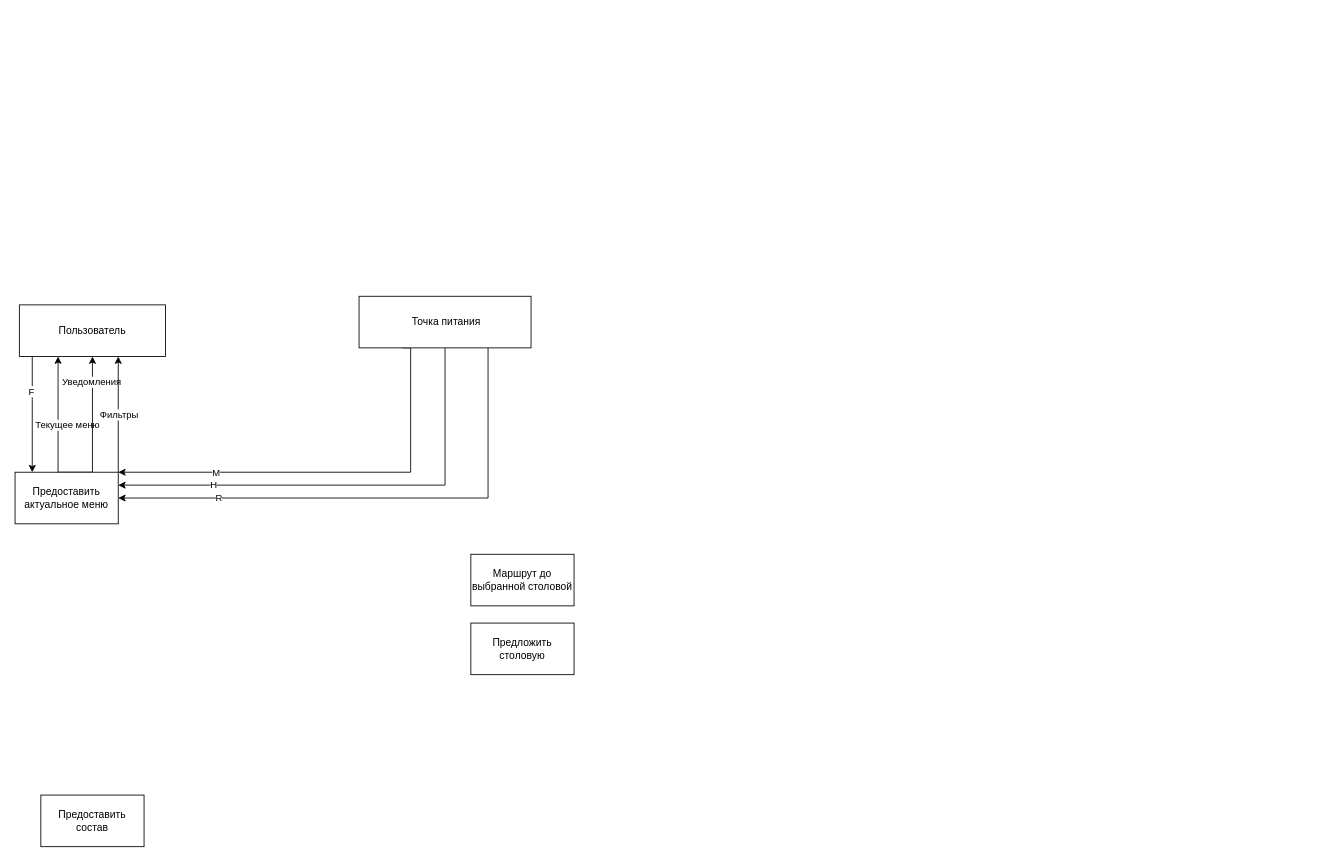
Earlier version of the draw.io diagram Diagramm/Диаграмма потоков данных.drawio (Calibri75/PIT). Source tidied: cells renumbered, new cells numbered last; positions are measured from the earlier drawing's top-left corner, leaving out a move shared by most shapes. Both pictures are drawn from the tidied source at 86%, with x=0, y=0 at pixel (15, 296).
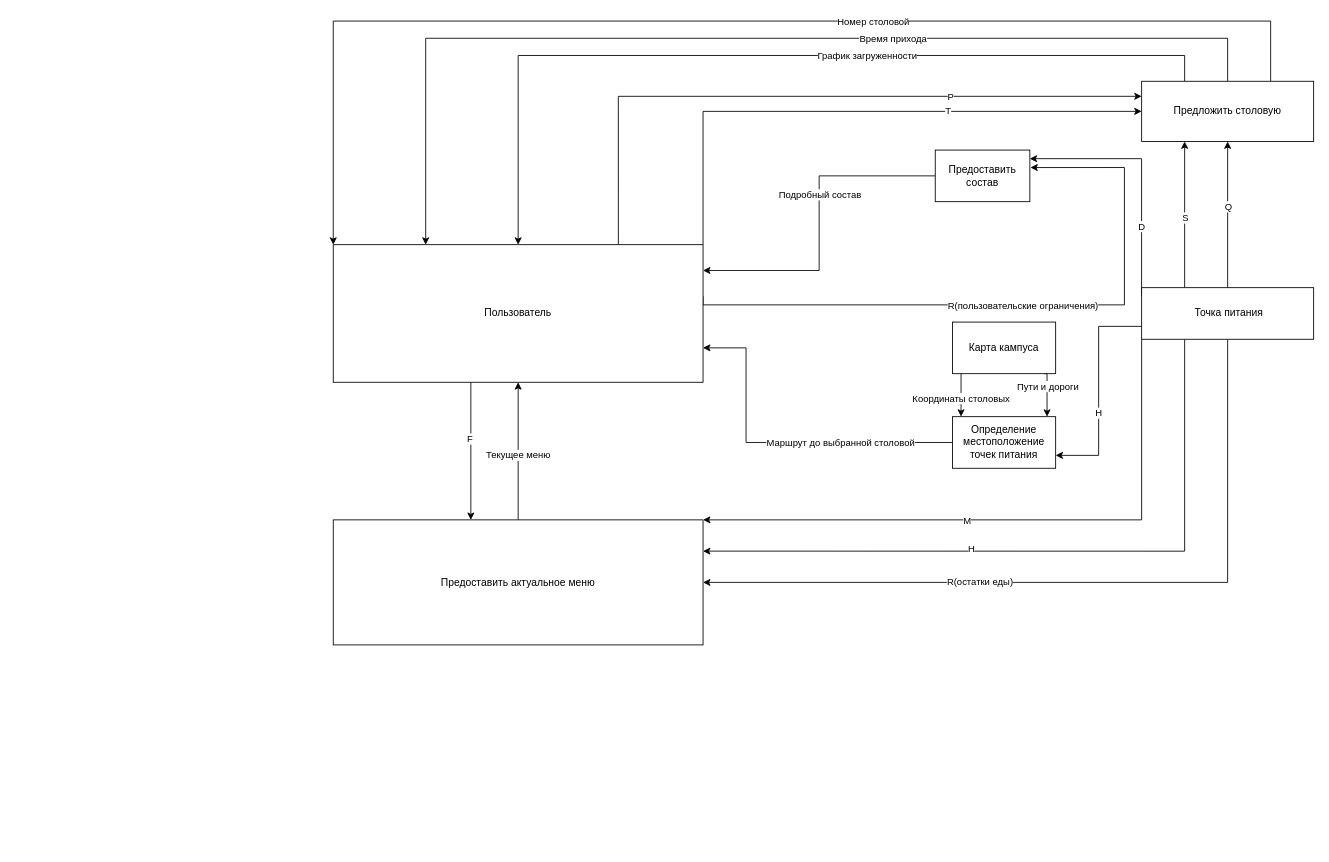
The same page after the edit.

The edit, as a diff of the source:
```diff
@@
-    <mxCell id="2" style="edgeStyle=orthogonalEdgeStyle;rounded=0;jettySize=auto;html=1;" parent="1" edge="1" source="4" target="10">
+    <mxCell id="2" style="edgeStyle=orthogonalEdgeStyle;rounded=0;orthogonalLoop=1;jettySize=auto;html=1;exitX=0.25;exitY=1;exitDx=0;exitDy=0;entryX=0.25;entryY=0;entryDx=0;entryDy=0;" parent="1" edge="1">
       <mxGeometry relative="1" as="geometry">
-        <Array as="points">
-          <mxPoint x="20" y="120" />
-          <mxPoint x="20" y="120" />
-        </Array>
+        <mxPoint x="530" y="100" as="sourcePoint" />
+        <mxPoint x="530" y="260" as="targetPoint" />
       </mxGeometry>
     </mxCell>
     <mxCell id="3" value="F" style="edgeLabel;html=1;align=center;verticalAlign=middle;" parent="2" vertex="1">
       <mxGeometry x="-0.16" y="-2" relative="1" as="geometry">
-        <mxPoint y="-17" as="offset" />
+        <mxPoint y="-2" as="offset" />
       </mxGeometry>
     </mxCell>
+    <mxCell id="22" style="edgeStyle=orthogonalEdgeStyle;rounded=0;jettySize=auto;html=1;exitX=0.771;exitY=-0.002;exitDx=0;exitDy=0;entryX=0;entryY=0.25;entryDx=0;entryDy=0;exitPerimeter=0;" parent="1" edge="1" source="4" target="5">
+      <mxGeometry relative="1" as="geometry" />
+    </mxCell>
+    <mxCell id="23" value="P" style="edgeLabel;html=1;align=center;verticalAlign=middle;" parent="22" vertex="1">
+      <mxGeometry x="0.43" relative="1" as="geometry" />
+    </mxCell>
+    <mxCell id="24" style="edgeStyle=orthogonalEdgeStyle;rounded=0;jettySize=auto;html=1;exitX=1;exitY=0;exitDx=0;exitDy=0;entryX=0;entryY=0.5;entryDx=0;entryDy=0;" parent="1" edge="1" source="4" target="5">
+      <mxGeometry relative="1" as="geometry" />
+    </mxCell>
+    <mxCell id="25" value="T" style="edgeLabel;html=1;align=center;verticalAlign=middle;" parent="24" vertex="1">
+      <mxGeometry x="0.32" y="1" relative="1" as="geometry" />
+    </mxCell>
+    <mxCell id="26" style="edgeStyle=orthogonalEdgeStyle;rounded=0;jettySize=auto;html=1;exitX=1;exitY=0.75;exitDx=0;exitDy=0;entryX=1.006;entryY=0.339;entryDx=0;entryDy=0;entryPerimeter=0;" parent="1" edge="1" target="11">
+      <mxGeometry relative="1" as="geometry">
+        <mxPoint x="800" as="sourcePoint" />
+        <Array as="points">
+          <mxPoint x="800" y="10" />
+          <mxPoint x="1290" y="10" />
+          <mxPoint x="1290" y="-150" />
+          <mxPoint x="1181" y="-150" />
+        </Array>
+      </mxGeometry>
+    </mxCell>
+    <mxCell id="27" value="R(пользовательские ограничения)" style="edgeLabel;html=1;align=center;verticalAlign=middle;" parent="26" vertex="1">
+      <mxGeometry x="-0.01" relative="1" as="geometry" />
+    </mxCell>
     <mxCell id="4" value="Пользователь" style="rounded=0;whiteSpace=wrap;html=1;" parent="1" vertex="1">
-      <mxGeometry x="5" y="10" width="170" height="60" as="geometry" />
+      <mxGeometry x="370" y="-60" width="430" height="160" as="geometry" />
     </mxCell>
+    <mxCell id="28" style="edgeStyle=orthogonalEdgeStyle;rounded=0;jettySize=auto;html=1;exitX=0.25;exitY=0;exitDx=0;exitDy=0;entryX=0.5;entryY=0;entryDx=0;entryDy=0;" parent="1" edge="1" source="5" target="4">
+      <mxGeometry relative="1" as="geometry">
+        <Array as="points">
+          <mxPoint x="1360" y="-280" />
+          <mxPoint x="585" y="-280" />
+        </Array>
+      </mxGeometry>
+    </mxCell>
+    <mxCell id="29" value="График загруженности" style="edgeLabel;html=1;align=center;verticalAlign=middle;" parent="28" vertex="1">
+      <mxGeometry x="-0.22" relative="1" as="geometry" />
+    </mxCell>
+    <mxCell id="30" style="edgeStyle=orthogonalEdgeStyle;rounded=0;jettySize=auto;html=1;exitX=0.5;exitY=0;exitDx=0;exitDy=0;entryX=0.25;entryY=0;entryDx=0;entryDy=0;" parent="1" edge="1" source="5" target="4">
+      <mxGeometry relative="1" as="geometry">
+        <Array as="points">
+          <mxPoint x="1410" y="-300" />
+          <mxPoint x="478" y="-300" />
+        </Array>
+      </mxGeometry>
+    </mxCell>
+    <mxCell id="31" value="Время прихода" style="edgeLabel;html=1;align=center;verticalAlign=middle;" parent="30" vertex="1">
+      <mxGeometry x="-0.28" relative="1" as="geometry" />
+    </mxCell>
+    <mxCell id="32" style="edgeStyle=orthogonalEdgeStyle;rounded=0;jettySize=auto;html=1;exitX=0.75;exitY=0;exitDx=0;exitDy=0;entryX=0;entryY=0;entryDx=0;entryDy=0;" parent="1" edge="1" source="5" target="4">
+      <mxGeometry relative="1" as="geometry">
+        <Array as="points">
+          <mxPoint x="1460" y="-320" />
+          <mxPoint x="370" y="-320" />
+        </Array>
+      </mxGeometry>
+    </mxCell>
+    <mxCell id="33" value="Номер столовой" style="edgeLabel;html=1;align=center;verticalAlign=middle;" parent="32" vertex="1">
+      <mxGeometry x="-0.15" y="-4" relative="1" as="geometry">
+        <mxPoint x="71" y="4" as="offset" />
+      </mxGeometry>
+    </mxCell>
     <mxCell id="5" value="Предложить столовую" style="rounded=0;whiteSpace=wrap;html=1;" parent="1" vertex="1">
-      <mxGeometry x="530" y="380" width="120" height="60" as="geometry" />
+      <mxGeometry x="1310" y="-250" width="200" height="70" as="geometry" />
     </mxCell>
-    <mxCell id="6" style="edgeStyle=orthogonalEdgeStyle;rounded=0;jettySize=auto;html=1;exitX=0.75;exitY=0;exitDx=0;exitDy=0;" parent="1" edge="1" source="10">
-      <mxGeometry relative="1" as="geometry">
-        <mxPoint x="50" y="70" as="targetPoint" />
-        <Array as="points">
-          <mxPoint x="50" y="205" />
-          <mxPoint x="50" y="70" />
-        </Array>
-      </mxGeometry>
-    </mxCell>
+    <mxCell id="8" style="edgeStyle=orthogonalEdgeStyle;rounded=0;jettySize=auto;html=1;exitX=0.5;exitY=0;exitDx=0;exitDy=0;entryX=0.5;entryY=1;entryDx=0;entryDy=0;" parent="1" edge="1" source="10" target="4">
+      <mxGeometry relative="1" as="geometry" />
+    </mxCell>
-    <mxCell id="7" value="Текущее меню" style="edgeLabel;html=1;align=center;verticalAlign=middle;" parent="6" vertex="1">
-      <mxGeometry x="-0.45" y="-1" relative="1" as="geometry">
-        <mxPoint x="9" y="-47" as="offset" />
-      </mxGeometry>
+    <mxCell id="7" value="Текущее меню" style="edgeLabel;html=1;align=center;verticalAlign=middle;" parent="8" vertex="1">
+      <mxGeometry x="-0.05" y="1" relative="1" as="geometry" />
     </mxCell>
-    <mxCell id="8" style="edgeStyle=orthogonalEdgeStyle;rounded=0;jettySize=auto;html=1;exitX=0.75;exitY=0;exitDx=0;exitDy=0;" parent="1" edge="1" source="10" target="4">
-      <mxGeometry relative="1" as="geometry" />
-    </mxCell>
-    <mxCell id="9" value="Уведомления" style="edgeLabel;html=1;align=center;verticalAlign=middle;" parent="8" vertex="1">
-      <mxGeometry x="0.12" y="2" relative="1" as="geometry">
-        <mxPoint y="-30" as="offset" />
-      </mxGeometry>
-    </mxCell>
     <mxCell id="10" value="Предоставить актуальное меню" style="rounded=0;whiteSpace=wrap;html=1;" parent="1" vertex="1">
-      <mxGeometry y="204.6" width="120" height="60" as="geometry" />
+      <mxGeometry x="370" y="260" width="430" height="145.4" as="geometry" />
     </mxCell>
+    <mxCell id="34" style="edgeStyle=orthogonalEdgeStyle;rounded=0;jettySize=auto;html=1;exitX=0;exitY=0.5;exitDx=0;exitDy=0;" parent="1" edge="1" source="11" target="4">
+      <mxGeometry relative="1" as="geometry">
+        <Array as="points">
+          <mxPoint x="935" y="-140" />
+          <mxPoint x="935" y="-30" />
+        </Array>
+      </mxGeometry>
+    </mxCell>
+    <mxCell id="35" value="Подробный состав" style="edgeLabel;html=1;align=center;verticalAlign=middle;" parent="34" vertex="1">
+      <mxGeometry x="-0.18" relative="1" as="geometry" />
+    </mxCell>
     <mxCell id="11" value="Предоставить состав" style="rounded=0;whiteSpace=wrap;html=1;" parent="1" vertex="1">
-      <mxGeometry x="30" y="580" width="120" height="60" as="geometry" />
+      <mxGeometry x="1070" y="-170" width="110" height="60" as="geometry" />
     </mxCell>
+    <mxCell id="36" style="edgeStyle=orthogonalEdgeStyle;rounded=0;jettySize=auto;html=1;exitX=0;exitY=0.5;exitDx=0;exitDy=0;entryX=1;entryY=0.75;entryDx=0;entryDy=0;" parent="1" edge="1" source="12" target="4">
+      <mxGeometry relative="1" as="geometry">
+        <Array as="points">
+          <mxPoint x="850" y="170" />
+          <mxPoint x="850" y="60" />
+        </Array>
+      </mxGeometry>
+    </mxCell>
+    <mxCell id="37" value="Маршрут до выбранной столовой" style="edgeLabel;html=1;align=center;verticalAlign=middle;" parent="36" vertex="1">
+      <mxGeometry x="-0.47" y="1" relative="1" as="geometry">
+        <mxPoint x="-25" y="-1" as="offset" />
+      </mxGeometry>
+    </mxCell>
-    <mxCell id="12" value="Маршрут до выбранной столовой" style="rounded=0;whiteSpace=wrap;html=1;" parent="1" vertex="1">
-      <mxGeometry x="530" y="300" width="120" height="60" as="geometry" />
+    <mxCell id="12" value="Определение местоположение точек питания" style="rounded=0;whiteSpace=wrap;html=1;" parent="1" vertex="1">
+      <mxGeometry x="1090" y="140" width="120" height="60" as="geometry" />
     </mxCell>
-    <mxCell id="13" style="edgeStyle=orthogonalEdgeStyle;rounded=0;jettySize=auto;html=1;exitX=0.5;exitY=1;exitDx=0;exitDy=0;entryX=1;entryY=0.25;entryDx=0;entryDy=0;" parent="1" edge="1" source="19" target="10">
+    <mxCell id="13" style="edgeStyle=orthogonalEdgeStyle;rounded=0;jettySize=auto;html=1;exitX=0.25;exitY=1;exitDx=0;exitDy=0;entryX=1;entryY=0.25;entryDx=0;entryDy=0;" parent="1" edge="1" source="19" target="10">
       <mxGeometry relative="1" as="geometry" />
     </mxCell>
-    <mxCell id="14" value="H" style="edgeLabel;html=1;align=center;verticalAlign=middle;" parent="13" vertex="1">
-      <mxGeometry x="0.59" y="-1" relative="1" as="geometry" />
-    </mxCell>
+    <mxCell id="38" value="H" style="edgeLabel;html=1;align=center;verticalAlign=middle;" parent="13" vertex="1">
+      <mxGeometry x="0.17" y="-3" relative="1" as="geometry">
+        <mxPoint x="-23" as="offset" />
+      </mxGeometry>
+    </mxCell>
-    <mxCell id="15" style="edgeStyle=orthogonalEdgeStyle;rounded=0;jettySize=auto;html=1;exitX=0.25;exitY=1;exitDx=0;exitDy=0;entryX=1;entryY=0;entryDx=0;entryDy=0;" parent="1" edge="1" source="19" target="10">
+    <mxCell id="15" style="edgeStyle=orthogonalEdgeStyle;rounded=0;jettySize=auto;html=1;exitX=0;exitY=1;exitDx=0;exitDy=0;entryX=1;entryY=0;entryDx=0;entryDy=0;" parent="1" edge="1" source="19" target="10">
       <mxGeometry relative="1" as="geometry">
         <Array as="points">
-          <mxPoint x="460" y="205" />
+          <mxPoint x="1310" y="260" />
         </Array>
       </mxGeometry>
     </mxCell>
     <mxCell id="16" value="M" style="edgeLabel;html=1;align=center;verticalAlign=middle;" parent="15" vertex="1">
-      <mxGeometry x="0.37" y="-1" relative="1" as="geometry">
-        <mxPoint x="-42" y="1" as="offset" />
-      </mxGeometry>
+      <mxGeometry x="0.15" relative="1" as="geometry" />
     </mxCell>
-    <mxCell id="17" style="edgeStyle=orthogonalEdgeStyle;rounded=0;jettySize=auto;html=1;exitX=0.75;exitY=1;exitDx=0;exitDy=0;entryX=1;entryY=0.5;entryDx=0;entryDy=0;" parent="1" edge="1" source="19" target="10">
+    <mxCell id="17" style="edgeStyle=orthogonalEdgeStyle;rounded=0;jettySize=auto;html=1;exitX=0.5;exitY=1;exitDx=0;exitDy=0;entryX=1;entryY=0.5;entryDx=0;entryDy=0;" parent="1" edge="1" source="19" target="10">
       <mxGeometry relative="1" as="geometry" />
     </mxCell>
-    <mxCell id="18" value="R" style="edgeLabel;html=1;align=center;verticalAlign=middle;" parent="17" vertex="1">
-      <mxGeometry x="0.4" y="-1" relative="1" as="geometry">
-        <mxPoint x="-65" as="offset" />
-      </mxGeometry>
-    </mxCell>
+    <mxCell id="39" value="R(остатки еды)" style="edgeLabel;html=1;align=center;verticalAlign=middle;" parent="17" vertex="1">
+      <mxGeometry x="0.28" y="-1" relative="1" as="geometry" />
+    </mxCell>
+    <mxCell id="40" style="edgeStyle=orthogonalEdgeStyle;rounded=0;jettySize=auto;html=1;exitX=0.25;exitY=0;exitDx=0;exitDy=0;entryX=0.25;entryY=1;entryDx=0;entryDy=0;" parent="1" edge="1" source="19" target="5">
+      <mxGeometry relative="1" as="geometry" />
+    </mxCell>
+    <mxCell id="41" value="S" style="edgeLabel;html=1;align=center;verticalAlign=middle;" parent="40" vertex="1">
+      <mxGeometry x="-0.03" y="-1" relative="1" as="geometry">
+        <mxPoint x="-1" as="offset" />
+      </mxGeometry>
+    </mxCell>
+    <mxCell id="42" style="edgeStyle=orthogonalEdgeStyle;rounded=0;jettySize=auto;html=1;exitX=0.5;exitY=0;exitDx=0;exitDy=0;entryX=0.5;entryY=1;entryDx=0;entryDy=0;" parent="1" edge="1" target="5">
+      <mxGeometry relative="1" as="geometry">
+        <mxPoint x="1410" y="-10" as="sourcePoint" />
+        <Array as="points">
+          <mxPoint x="1410" y="-110" />
+          <mxPoint x="1410" y="-110" />
+        </Array>
+      </mxGeometry>
+    </mxCell>
+    <mxCell id="43" value="Q" style="edgeLabel;html=1;align=center;verticalAlign=middle;" parent="42" vertex="1">
+      <mxGeometry x="0.1" y="1" relative="1" as="geometry">
+        <mxPoint x="1" y="-1" as="offset" />
+      </mxGeometry>
+    </mxCell>
+    <mxCell id="44" style="edgeStyle=orthogonalEdgeStyle;rounded=0;orthogonalLoop=1;jettySize=auto;html=1;exitX=0;exitY=0;exitDx=0;exitDy=0;" parent="1" edge="1">
+      <mxGeometry relative="1" as="geometry">
+        <mxPoint x="1309.9" y="-0.1" as="sourcePoint" />
+        <mxPoint x="1179.9" y="-160" as="targetPoint" />
+        <Array as="points">
+          <mxPoint x="1309.9" y="-160.1" />
+        </Array>
+      </mxGeometry>
+    </mxCell>
+    <mxCell id="45" value="D" style="edgeLabel;html=1;align=center;verticalAlign=middle;" parent="44" vertex="1">
+      <mxGeometry x="0.04" y="-2" relative="1" as="geometry">
+        <mxPoint x="-2" y="70" as="offset" />
+      </mxGeometry>
+    </mxCell>
+    <mxCell id="46" style="edgeStyle=orthogonalEdgeStyle;rounded=0;jettySize=auto;html=1;exitX=0;exitY=0.75;exitDx=0;exitDy=0;entryX=1;entryY=0.75;entryDx=0;entryDy=0;" parent="1" edge="1" source="19" target="12">
+      <mxGeometry relative="1" as="geometry" />
+    </mxCell>
+    <mxCell id="47" value="H" style="edgeLabel;html=1;align=center;verticalAlign=middle;" parent="46" vertex="1">
+      <mxGeometry x="0.2" y="-1" relative="1" as="geometry" />
+    </mxCell>
     <mxCell id="19" value="&amp;nbsp;Точка питания" style="rounded=0;whiteSpace=wrap;html=1;" parent="1" vertex="1">
-      <mxGeometry x="400" width="200" height="60" as="geometry" />
+      <mxGeometry x="1310" y="-10" width="200" height="60" as="geometry" />
     </mxCell>
-    <mxCell id="20" style="endArrow=classic;html=1;rounded=0;entryX=0.611;entryY=1.046;entryDx=0;entryDy=0;entryPerimeter=0;exitX=1;exitY=0;exitDx=0;exitDy=0;" parent="1" edge="1" source="10">
-      <mxGeometry relative="1" as="geometry">
-        <mxPoint x="120" y="70" as="targetPoint" />
-      </mxGeometry>
-    </mxCell>
-    <mxCell id="21" value="Фильтры" style="edgeLabel;html=1;align=center;verticalAlign=middle;" parent="20" vertex="1">
-      <mxGeometry x="-0.01" relative="1" as="geometry" />
-    </mxCell>
+    <mxCell id="48" style="edgeStyle=orthogonalEdgeStyle;rounded=0;jettySize=auto;html=1;" parent="1" edge="1" source="52" target="12">
+      <mxGeometry relative="1" as="geometry">
+        <Array as="points">
+          <mxPoint x="1100" y="110" />
+          <mxPoint x="1100" y="110" />
+        </Array>
+      </mxGeometry>
+    </mxCell>
+    <mxCell id="49" value="Координаты столовых" style="edgeLabel;html=1;align=center;verticalAlign=middle;" parent="48" vertex="1">
+      <mxGeometry x="0.1" y="-1" relative="1" as="geometry" />
+    </mxCell>
+    <mxCell id="50" style="edgeStyle=orthogonalEdgeStyle;rounded=0;jettySize=auto;html=1;exitX=0.89;exitY=0.95;exitDx=0;exitDy=0;exitPerimeter=0;" parent="1" edge="1" source="52">
+      <mxGeometry relative="1" as="geometry">
+        <mxPoint x="1200" y="140" as="targetPoint" />
+        <Array as="points">
+          <mxPoint x="1197" y="90" />
+          <mxPoint x="1200" y="90" />
+        </Array>
+      </mxGeometry>
+    </mxCell>
+    <mxCell id="51" value="Пути и дороги" style="edgeLabel;html=1;align=center;verticalAlign=middle;" parent="50" vertex="1">
+      <mxGeometry x="-0.27" y="1" relative="1" as="geometry">
+        <mxPoint x="-1" as="offset" />
+      </mxGeometry>
+    </mxCell>
+    <mxCell id="52" value="Карта кампуса" style="rounded=0;whiteSpace=wrap;html=1;" parent="1" vertex="1">
+      <mxGeometry x="1090" y="30" width="120" height="60" as="geometry" />
+    </mxCell>
```
